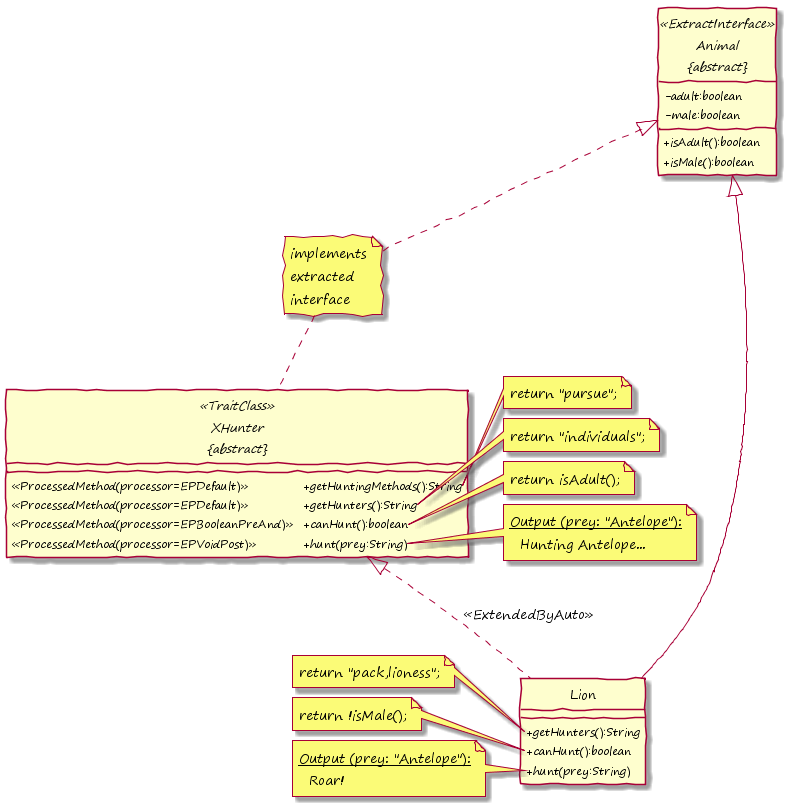
The PlantUML diagram images/PlantUML_ExtendedBy_Processed_Method_In.png in KirstenZa/xtend-etai, before a commit. The source it was exported from:
```plantuml
@startuml

hide circle
skinparam handwritten true
skinparam DefaultFontName "Segoe Print"
skinparam classAttributeIconSize 0


abstract class "Animal\n&#123;abstract&#125;" as Animal <<ExtractInterface>> {
    -adult:boolean
    -male:boolean
	+isAdult():boolean
	+isMale():boolean
}

abstract class "XHunter\n&#123;abstract&#125;" as XHunter <<TraitClass>> {
	<<ProcessedMethod(processor=EPDefault)>> &#009; &#009; +getHuntingMethods():String
	<<ProcessedMethod(processor=EPDefault)>> &#009; &#009; +getHunters():String
	<<ProcessedMethod(processor=EPBooleanPreAnd)>> &#009; +canHunt():boolean
	<<ProcessedMethod(processor=EPVoidPost)>> &#009; &#009; +hunt(prey:String)
}

class Lion {
	+getHunters():String
	+canHunt():boolean
	+hunt(prey:String)
}

note "implements\nextracted\ninterface" as ImplementExtracted

note right of XHunter::getHuntingMethods
  return "pursue";
end note

note right of XHunter::getHunters
  return "individuals";
end note

note right of XHunter::canHunt
  return isAdult();
end note

note right of XHunter::hunt
  <u>Output (prey: "Antelope"):</u>
    Hunting Antelope...
end note

note left of Lion::getHunters
  return "pack,lioness";
end note

note left of Lion::canHunt
  return !isMale();
end note

note left of Lion::hunt
  <u>Output (prey: "Antelope"):</u>
    Roar!
end note

Lion -up-|> Animal
Lion .up-|> XHunter : <<ExtendedByAuto>>

XHunter .up. ImplementExtracted
ImplementExtracted .up.|> Animal

@enduml
```
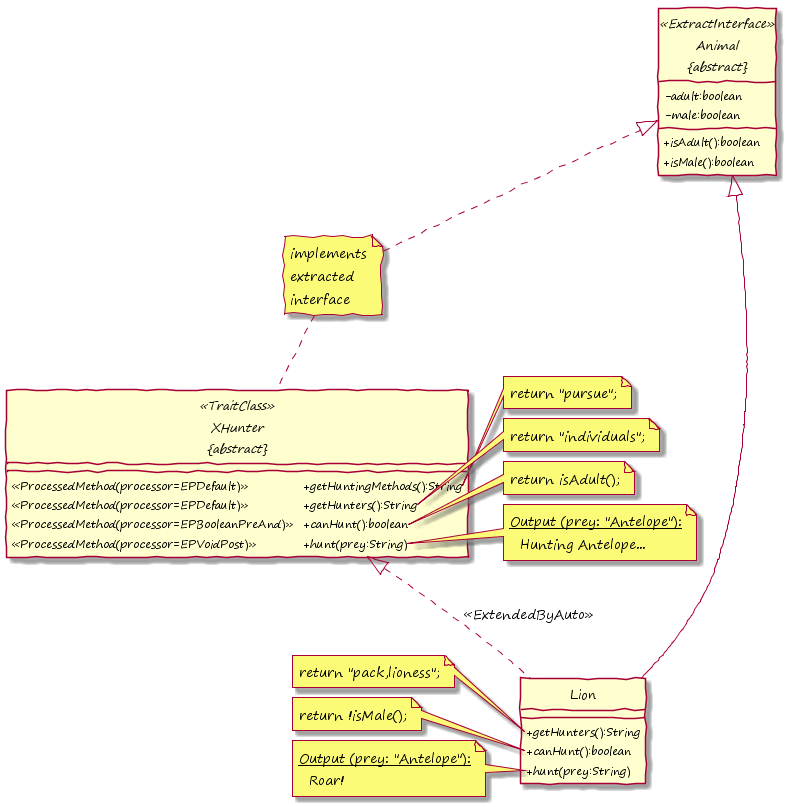
The same file after the commit.

What changed in the source:
```diff
@@ -28,32 +28,32 @@
 
 note "implements\nextracted\ninterface" as ImplementExtracted
 
-note right of XHunter::getHuntingMethods
+note right of XHunter::getHuntingMethods()
   return "pursue";
 end note
 
-note right of XHunter::getHunters
+note right of XHunter::getHunters()
   return "individuals";
 end note
 
-note right of XHunter::canHunt
+note right of XHunter::canHunt()
   return isAdult();
 end note
 
-note right of XHunter::hunt
+note right of XHunter::hunt(prey:String)
   <u>Output (prey: "Antelope"):</u>
     Hunting Antelope...
 end note
 
-note left of Lion::getHunters
+note left of Lion::getHunters()
   return "pack,lioness";
 end note
 
-note left of Lion::canHunt
+note left of Lion::canHunt()
   return !isMale();
 end note
 
-note left of Lion::hunt
+note left of Lion::hunt(prey:String)
   <u>Output (prey: "Antelope"):</u>
     Roar!
 end note
```
